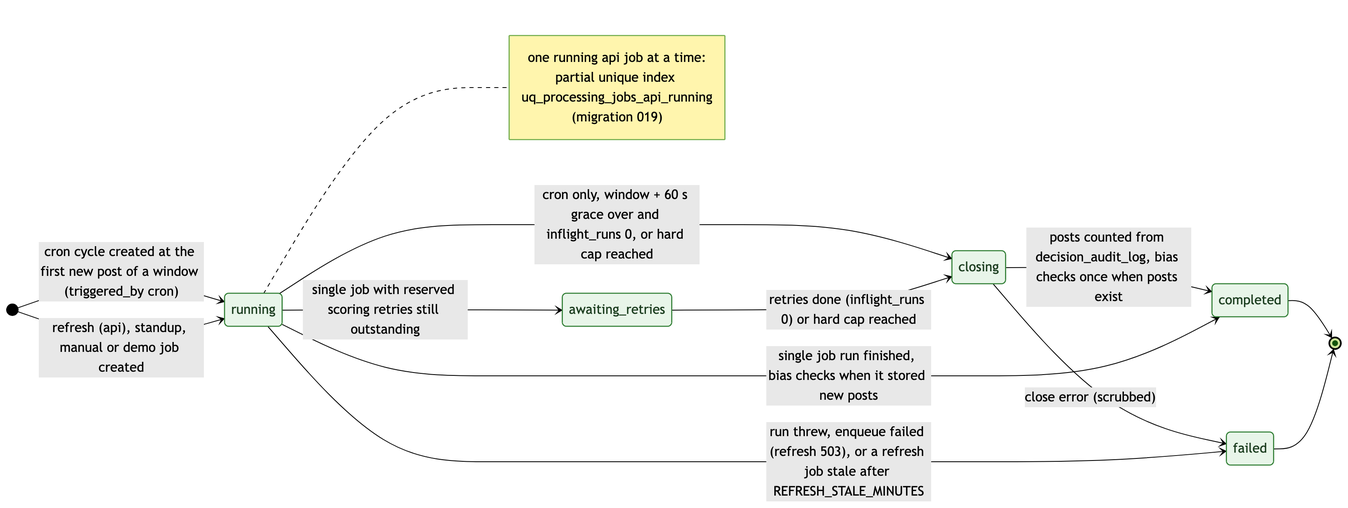
This is docs/diagrams/states/processing-job-lifecycle.png from jennifer-mckinney/pulse-of-ai, a Mermaid export, as it was before one commit. Its source is kept beside it as docs/diagrams/states/processing-job-lifecycle.mmd.
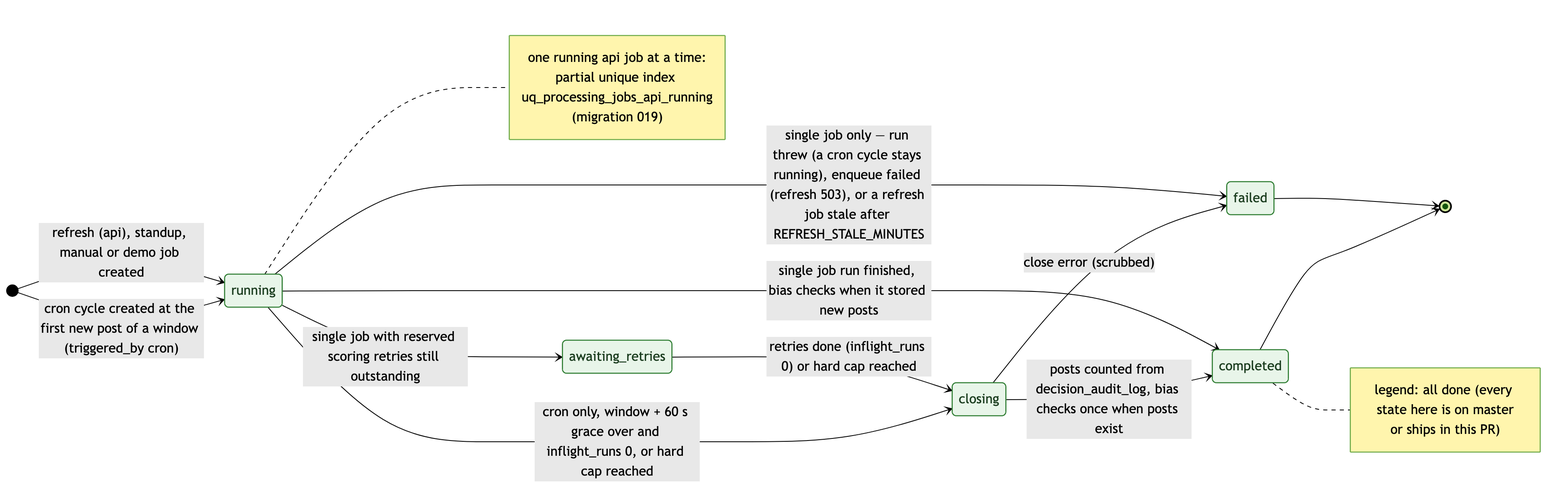
Later version of the same file.

The edit, as a diff of the source:
```diff
@@ -17,7 +17,7 @@
   running --> completed : single job run finished, bias checks when it stored new posts
   running --> awaiting : single job with reserved scoring retries still outstanding
   awaiting --> closing : retries done (inflight_runs 0) or hard cap reached
-  running --> failed : run threw, enqueue failed (refresh 503), or a refresh job stale after REFRESH_STALE_MINUTES
+  running --> failed : single job only — run threw (a cron cycle stays running), enqueue failed (refresh 503), or a refresh job stale after REFRESH_STALE_MINUTES
 
   completed --> [*]
   failed --> [*]
@@ -28,5 +28,10 @@
     (migration 019)
   end note
 
+  note right of completed
+    legend: all done (every state here is on master
+    or ships in this PR)
+  end note
+
   classDef done fill:#e8f5e9,stroke:#2e7d32,color:#1b3d1f
   class running, closing, awaiting, completed, failed done
```
